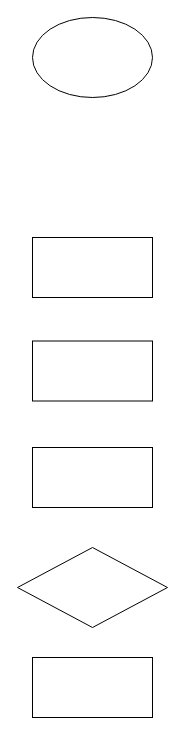
The draw.io diagram Untitled Diagram.drawio in sanjaykumardk/drawio, before the edit. Source tidied: cells renumbered, new cells numbered last; positions are measured from the earlier drawing's top-left corner, leaving out a move shared by most shapes. Both pictures are drawn from the tidied source at 100%, with x=0, y=0 at pixel (17, 17).
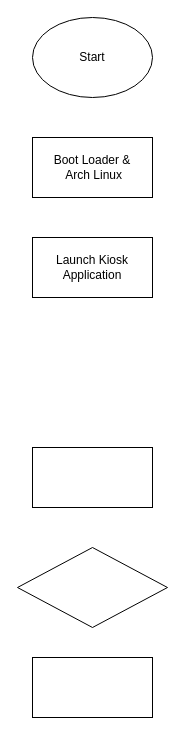
After the change.

The edit, as a diff of the source:
```diff
@@
 <mxGraphModel>
   <root>
     <mxCell id="0" />
     <mxCell id="1" parent="0" />
-    <mxCell id="2" style="ellipse;whiteSpace=wrap;html=1;align=left;" parent="1" vertex="1">
+    <mxCell id="2" value="&lt;div align=&quot;center&quot;&gt;Start&lt;/div&gt;" style="ellipse;whiteSpace=wrap;html=1;align=center;" parent="1" vertex="1">
       <mxGeometry x="15" width="120" height="80" as="geometry" />
     </mxCell>
-    <mxCell id="3" style="rounded=0;whiteSpace=wrap;html=1;" parent="1" vertex="1">
-      <mxGeometry x="15" y="220" width="120" height="60" as="geometry" />
+    <mxCell id="3" value="&lt;div&gt;Boot Loader &amp;amp;&lt;/div&gt;&lt;div&gt;&amp;nbsp;Arch Linux&lt;/div&gt;" style="rounded=0;whiteSpace=wrap;html=1;" parent="1" vertex="1">
+      <mxGeometry x="15" y="120" width="120" height="60" as="geometry" />
     </mxCell>
-    <mxCell id="4" style="rounded=0;whiteSpace=wrap;html=1;" parent="1" vertex="1">
-      <mxGeometry x="15" y="323.5" width="120" height="60" as="geometry" />
+    <mxCell id="4" value="Launch Kiosk Application" style="rounded=0;whiteSpace=wrap;html=1;" parent="1" vertex="1">
+      <mxGeometry x="15" y="220" width="120" height="60" as="geometry" />
     </mxCell>
     <mxCell id="5" style="rounded=0;whiteSpace=wrap;html=1;" parent="1" vertex="1">
       <mxGeometry x="15" y="430" width="120" height="60" as="geometry" />
     </mxCell>
     <mxCell id="6" style="rhombus;whiteSpace=wrap;html=1;" parent="1" vertex="1">
       <mxGeometry y="530" width="150" height="80" as="geometry" />
     </mxCell>
     <mxCell id="7" style="rounded=0;whiteSpace=wrap;html=1;" parent="1" vertex="1">
       <mxGeometry x="15" y="640" width="120" height="60" as="geometry" />
     </mxCell>
   </root>
 </mxGraphModel>
```
